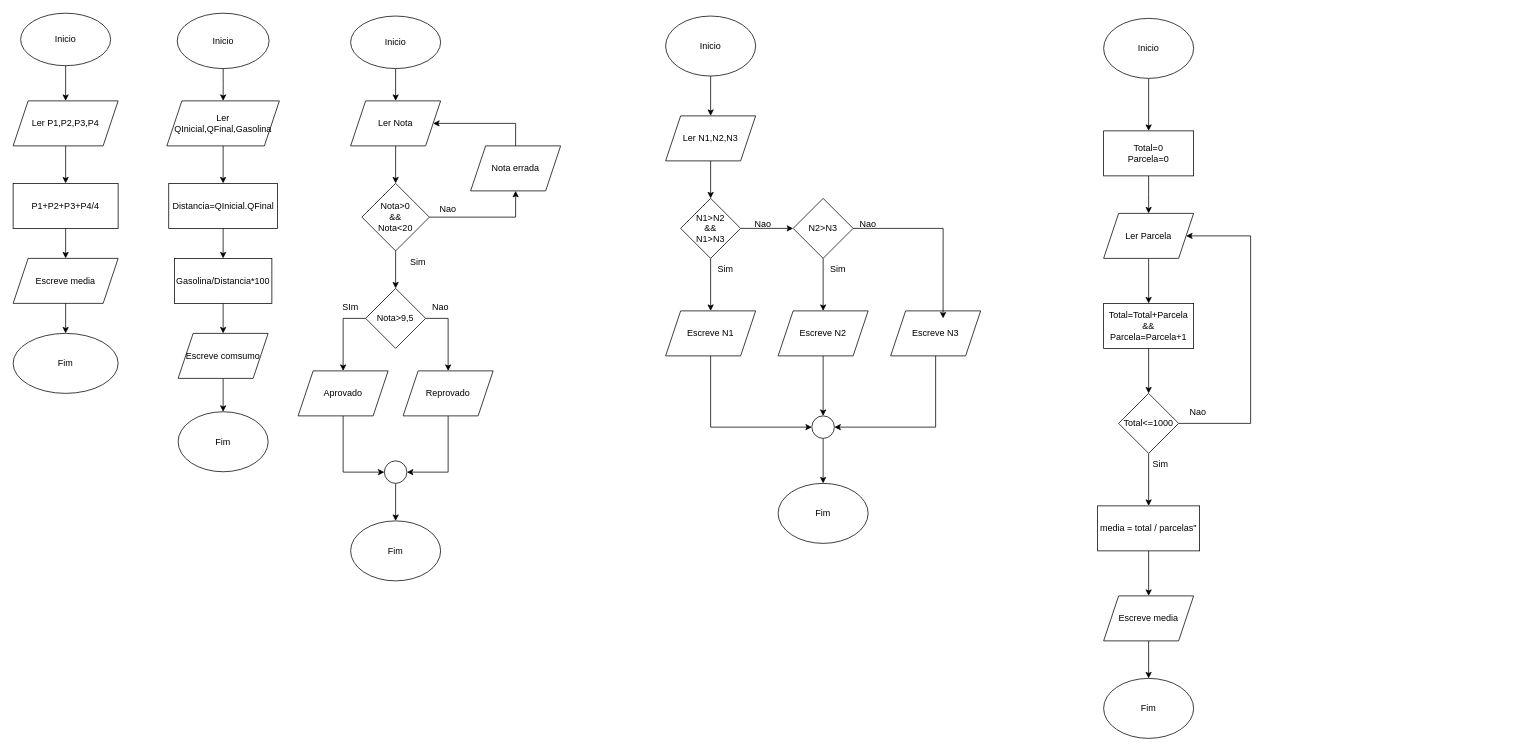
This is Diagrama sem nome.drawio from Tejotaxz/meu-site, a draw.io file, before an edit. Source tidied: cells renumbered, new cells numbered last; positions are measured from the earlier drawing's top-left corner, leaving out a move shared by most shapes. Both pictures are drawn from the tidied source at 75%, with x=0, y=0 at pixel (13, 13).
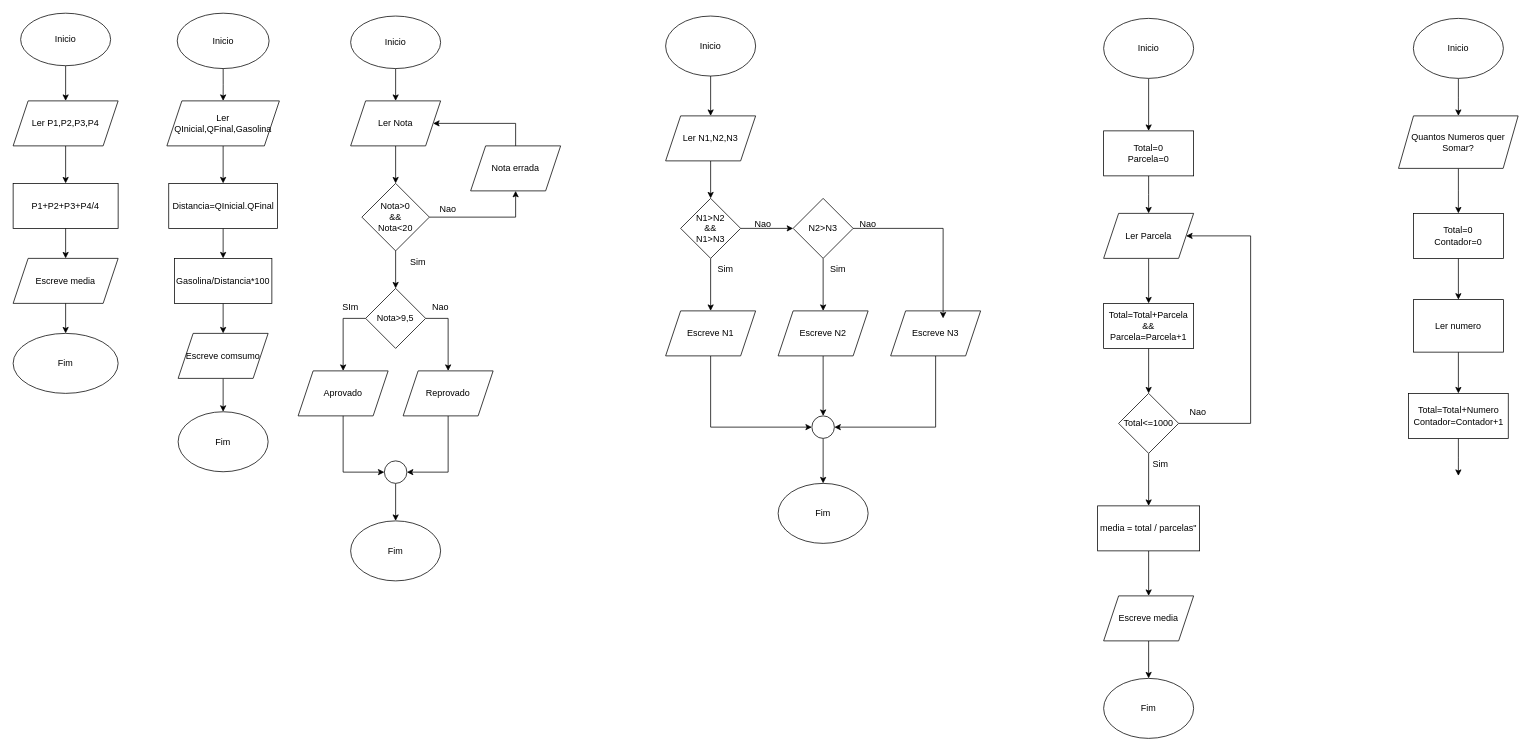
After the change.

The edit, as a diff of the source:
```diff
@@
+    <mxCell id="86" style="edgeStyle=orthogonalEdgeStyle;rounded=0;jettySize=auto;html=1;" parent="1" edge="1" source="87" target="89">
+      <mxGeometry relative="1" as="geometry" />
+    </mxCell>
+    <mxCell id="87" value="Inicio" style="ellipse;whiteSpace=wrap;html=1;" parent="1" vertex="1">
+      <mxGeometry x="1867" y="7" width="120" height="80" as="geometry" />
+    </mxCell>
+    <mxCell id="88" style="edgeStyle=orthogonalEdgeStyle;rounded=0;jettySize=auto;html=1;" parent="1" edge="1" source="89" target="91">
+      <mxGeometry relative="1" as="geometry" />
+    </mxCell>
+    <mxCell id="89" value="Quantos Numeros quer Somar?" style="shape=parallelogram;perimeter=parallelogramPerimeter;whiteSpace=wrap;html=1;fixedSize=1;" parent="1" vertex="1">
+      <mxGeometry x="1847.2" y="137" width="159.5" height="70" as="geometry" />
+    </mxCell>
+    <mxCell id="90" style="edgeStyle=orthogonalEdgeStyle;rounded=0;jettySize=auto;html=1;" parent="1" edge="1" source="91" target="93">
+      <mxGeometry relative="1" as="geometry" />
+    </mxCell>
+    <mxCell id="91" value="Total=0&lt;div&gt;Contador=0&lt;/div&gt;" style="rounded=0;whiteSpace=wrap;html=1;" parent="1" vertex="1">
+      <mxGeometry x="1867" y="267" width="120" height="60" as="geometry" />
+    </mxCell>
+    <mxCell id="92" style="edgeStyle=orthogonalEdgeStyle;rounded=0;jettySize=auto;html=1;" parent="1" edge="1" source="93" target="95">
+      <mxGeometry relative="1" as="geometry" />
+    </mxCell>
+    <mxCell id="93" value="Ler numero" style="rounded=0;whiteSpace=wrap;html=1;" parent="1" vertex="1">
+      <mxGeometry x="1867" y="382" width="120" height="70" as="geometry" />
+    </mxCell>
+    <mxCell id="94" style="edgeStyle=orthogonalEdgeStyle;rounded=0;jettySize=auto;html=1;" parent="1" edge="1" source="95">
+      <mxGeometry relative="1" as="geometry">
+        <mxPoint x="1927" y="617" as="targetPoint" />
+      </mxGeometry>
+    </mxCell>
+    <mxCell id="95" value="Total=Total+Numero&lt;div&gt;Contador=Contador+1&lt;/div&gt;" style="rounded=0;whiteSpace=wrap;html=1;" parent="1" vertex="1">
+      <mxGeometry x="1860.5" y="507" width="133" height="60" as="geometry" />
+    </mxCell>
```
